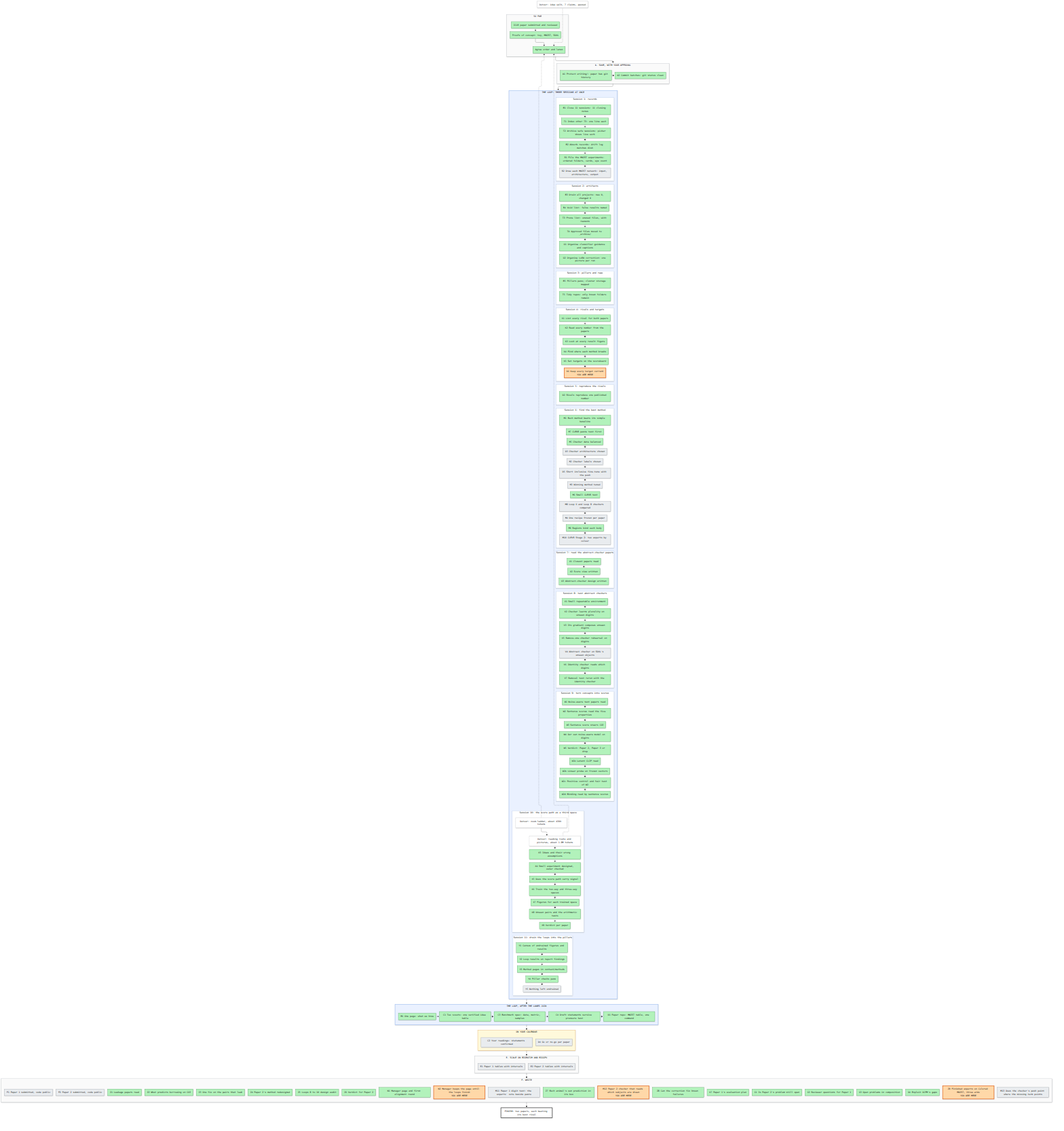
Above: artifacts/notes/progress/map.png in mo-rsa24/concept-composition (Mermaid), before the change. Its source is kept beside it as artifacts/notes/progress/map.mmd.
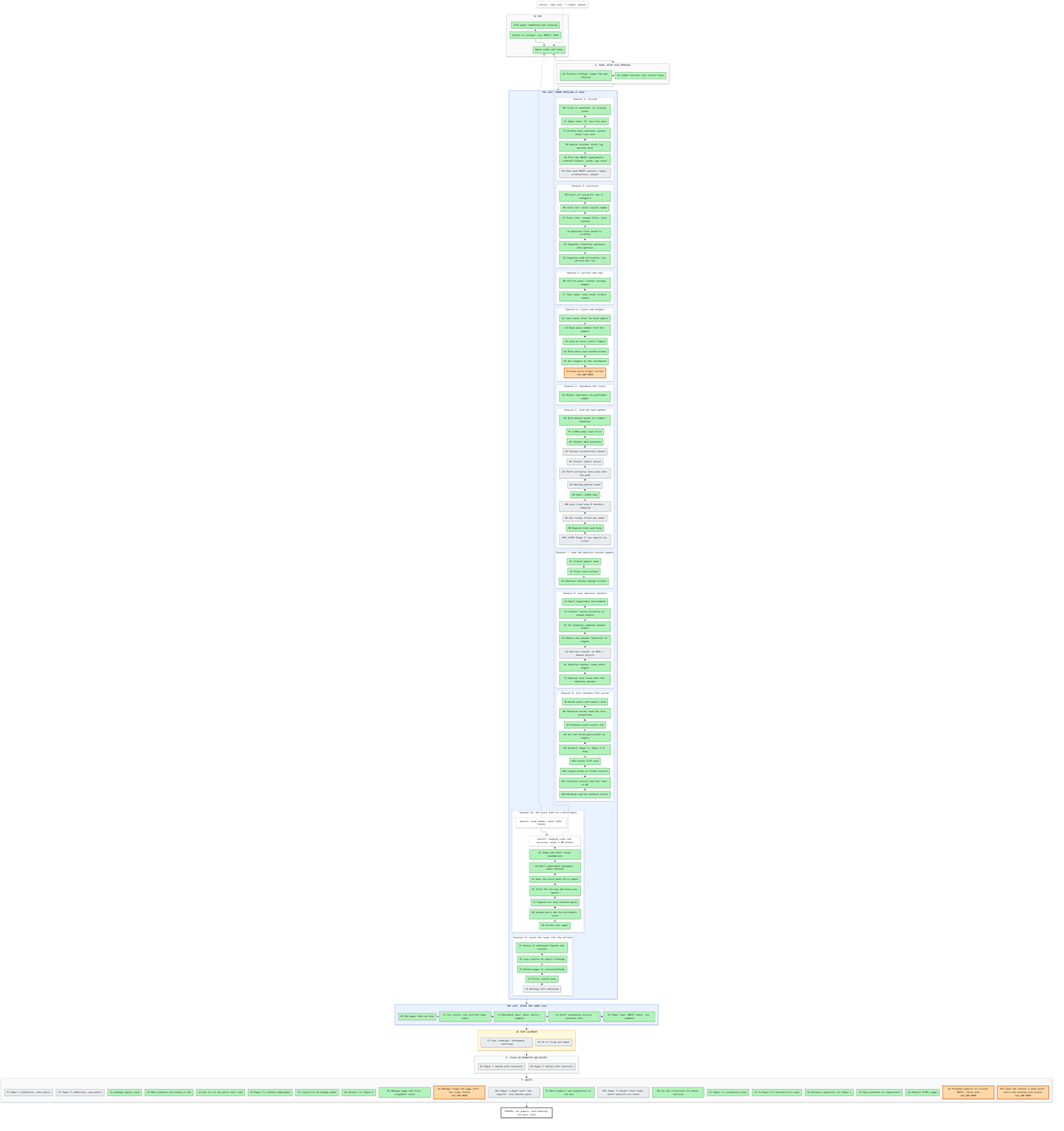
The same file after the commit.

Commit message:
M13 doing; map redrawn

Change to the diagram source:
```diff
@@ -74,7 +74,7 @@
   end
   subgraph SF["F. WRITE"]
     direction LR
-    F1["F1 Paper 1 submitted, code public"]:::todo ~~~ F2["F2 Paper 2 submitted, code public"]:::todo ~~~ Z1["Z1 Leakage papers read"]:::done ~~~ Z2["Z2 What predicts borrowing on CO3"]:::done ~~~ Z3["Z3 One fix on the pairs that leak"]:::done ~~~ Z4["Z4 Paper 2's method redesigned"]:::done ~~~ Z5["Z5 Loops 8 to 10 design audit"]:::done ~~~ Z6["Z6 Verdict for Paper 2"]:::done ~~~ N1["N1 Manager page and first alignment round"]:::done ~~~ N2["N2 Manager keeps the page until the loops finish<br/>YOU ARE HERE"]:::doing ~~~ M11["M11 Paper 1 digit test: the experts' vote beside paste"]:::todo ~~~ Z7["Z7 Each animal's own prediction in its box"]:::done ~~~ M12["M12 Paper 2 checker that reads which subjects are drawn<br/>YOU ARE HERE"]:::doing ~~~ Z8["Z8 Can the correction fix known failures"]:::done ~~~ K7["K7 Paper 1's evaluation plan"]:::done ~~~ G1["G1 Is Paper 2's problem still open"]:::done ~~~ G2["G2 Reviewer questions for Paper 1"]:::done ~~~ G3["G3 Open problems in composition"]:::done ~~~ G4["G4 Exploit DCFM's gaps"]:::done ~~~ Z9["Z9 Finished experts on Colored MNIST, three arms<br/>YOU ARE HERE"]:::doing ~~~ M13["M13 Does the checker's push point where the missing term points"]:::todo
+    F1["F1 Paper 1 submitted, code public"]:::todo ~~~ F2["F2 Paper 2 submitted, code public"]:::todo ~~~ Z1["Z1 Leakage papers read"]:::done ~~~ Z2["Z2 What predicts borrowing on CO3"]:::done ~~~ Z3["Z3 One fix on the pairs that leak"]:::done ~~~ Z4["Z4 Paper 2's method redesigned"]:::done ~~~ Z5["Z5 Loops 8 to 10 design audit"]:::done ~~~ Z6["Z6 Verdict for Paper 2"]:::done ~~~ N1["N1 Manager page and first alignment round"]:::done ~~~ N2["N2 Manager keeps the page until the loops finish<br/>YOU ARE HERE"]:::doing ~~~ M11["M11 Paper 1 digit test: the experts' vote beside paste"]:::todo ~~~ Z7["Z7 Each animal's own prediction in its box"]:::done ~~~ M12["M12 Paper 2 checker that reads which subjects are drawn"]:::todo ~~~ Z8["Z8 Can the correction fix known failures"]:::done ~~~ K7["K7 Paper 1's evaluation plan"]:::done ~~~ G1["G1 Is Paper 2's problem still open"]:::done ~~~ G2["G2 Reviewer questions for Paper 1"]:::done ~~~ G3["G3 Open problems in composition"]:::done ~~~ G4["G4 Exploit DCFM's gaps"]:::done ~~~ Z9["Z9 Finished experts on Colored MNIST, three arms<br/>YOU ARE HERE"]:::doing ~~~ M13["M13 Does the checker's push point where the missing term points<br/>YOU ARE HERE"]:::doing
   end
   GOAL["FINISH: two papers, each beating its best rival"]:::goal
   X0["Detour: idea walk, 7 claims, paused"]:::detour -.-> P2
```
